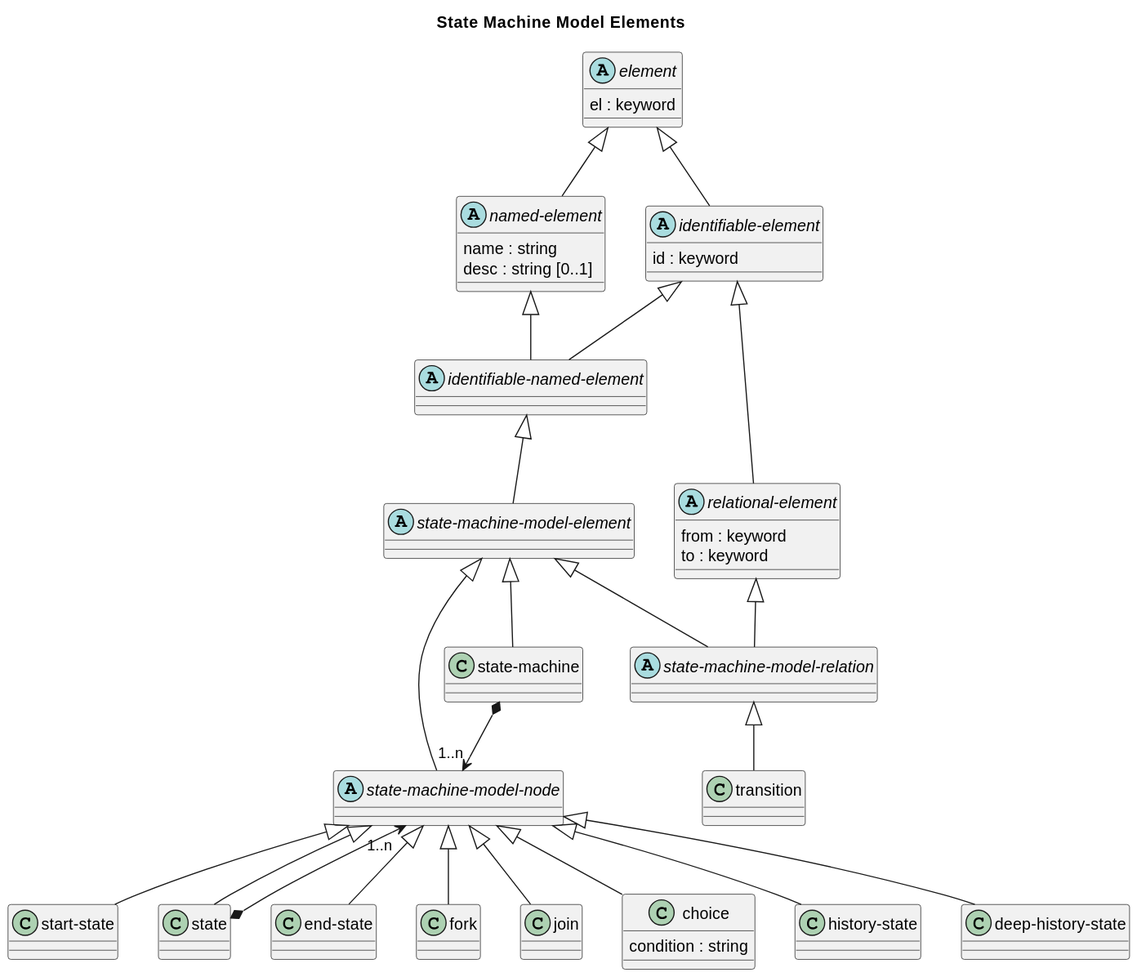
This is doc/images/overarch/data-model/state-machine-model-elements.svg from soulspace-org/overarch, a PlantUML export, as it was before one commit.
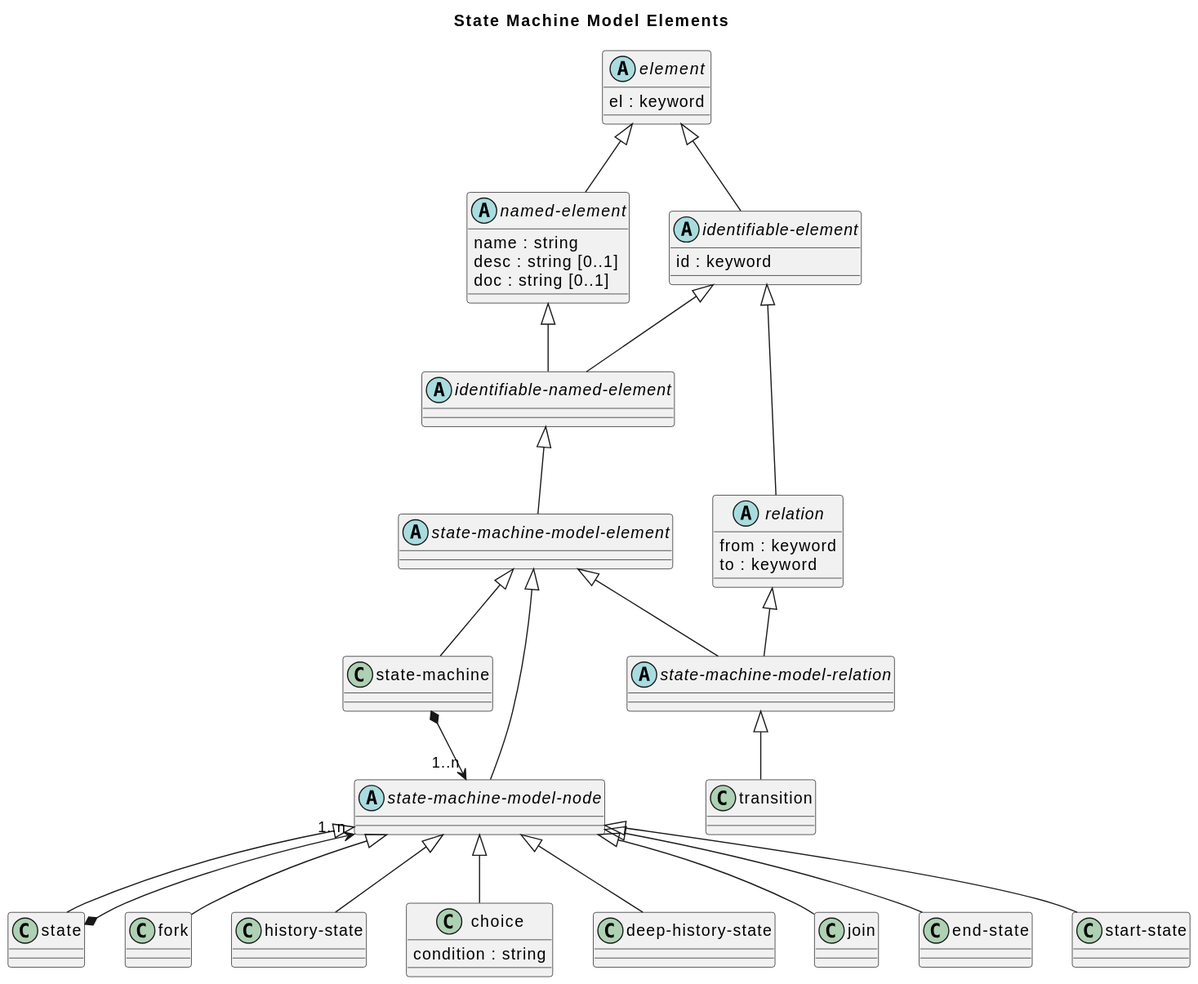
After the commit.

Commit message:
updated data model and diagrams

Diff of the diagram source:
```diff
@@ -1,44 +1,46 @@
 @startuml
 title State Machine Model Elements
+
+class "fork" as overarch_dataModel_fork {}
+class "state-machine" as overarch_dataModel_stateMachine {}
+abstract class "identifiable-named-element" as overarch_dataModel_identifiableNamedElement {}
+class "history-state" as overarch_dataModel_historyState {}
+abstract class "state-machine-model-element" as overarch_dataModel_stateMachineModelElement {}
 abstract class "element" as overarch_dataModel_element {
   el : keyword
+}
+class "choice" as overarch_dataModel_choice {
+  condition : string
+}
+class "deep-history-state" as overarch_dataModel_deepHistoryState {}
+abstract class "relation" as overarch_dataModel_relation {
+  from : keyword
+  to : keyword
+}
+class "state" as overarch_dataModel_state {}
+abstract class "named-element" as overarch_dataModel_namedElement {
+  name : string
+  desc : string [0..1]
+  doc : string [0..1]
 }
 abstract class "identifiable-element" as overarch_dataModel_identifiableElement {
   id : keyword
 }
-abstract class "named-element" as overarch_dataModel_namedElement {
-  name : string
-  desc : string [0..1]
-}
-abstract class "identifiable-named-element" as overarch_dataModel_identifiableNamedElement {}
-abstract class "relational-element" as overarch_dataModel_relationalElement {
-  from : keyword
-  to : keyword
-}
-abstract class "state-machine-model-element" as overarch_dataModel_stateMachineModelElement {}
+abstract class "state-machine-model-relation" as overarch_dataModel_stateMachineModelRelation {}
+class "transition" as overarch_dataModel_transition {}
+class "join" as overarch_dataModel_join {}
+class "end-state" as overarch_dataModel_endState {}
 abstract class "state-machine-model-node" as overarch_dataModel_stateMachineModelNode {}
-abstract class "state-machine-model-relation" as overarch_dataModel_stateMachineModelRelation {}
-class "state-machine" as overarch_dataModel_stateMachine {}
 class "start-state" as overarch_dataModel_startState {}
-class "state" as overarch_dataModel_state {}
-class "end-state" as overarch_dataModel_endState {}
-class "fork" as overarch_dataModel_fork {}
-class "join" as overarch_dataModel_join {}
-class "choice" as overarch_dataModel_choice {
-  condition : string
-}
-class "history-state" as overarch_dataModel_historyState {}
-class "deep-history-state" as overarch_dataModel_deepHistoryState {}
-class "transition" as overarch_dataModel_transition {}
 overarch_dataModel_element <|-- overarch_dataModel_identifiableElement
 overarch_dataModel_element <|-- overarch_dataModel_namedElement
 overarch_dataModel_identifiableElement <|-- overarch_dataModel_identifiableNamedElement
 overarch_dataModel_namedElement <|-- overarch_dataModel_identifiableNamedElement
-overarch_dataModel_identifiableElement <|-- overarch_dataModel_relationalElement
+overarch_dataModel_identifiableElement <|-- overarch_dataModel_relation
 overarch_dataModel_identifiableNamedElement <|-- overarch_dataModel_stateMachineModelElement
 overarch_dataModel_stateMachineModelElement <|-- overarch_dataModel_stateMachineModelNode
 overarch_dataModel_stateMachineModelElement <|-- overarch_dataModel_stateMachineModelRelation
-overarch_dataModel_relationalElement <|-- overarch_dataModel_stateMachineModelRelation
+overarch_dataModel_relation <|-- overarch_dataModel_stateMachineModelRelation
 overarch_dataModel_stateMachineModelElement <|-- overarch_dataModel_stateMachine
 overarch_dataModel_stateMachine *-->  "1..n" overarch_dataModel_stateMachineModelNode
 overarch_dataModel_stateMachineModelNode <|-- overarch_dataModel_startState
```
